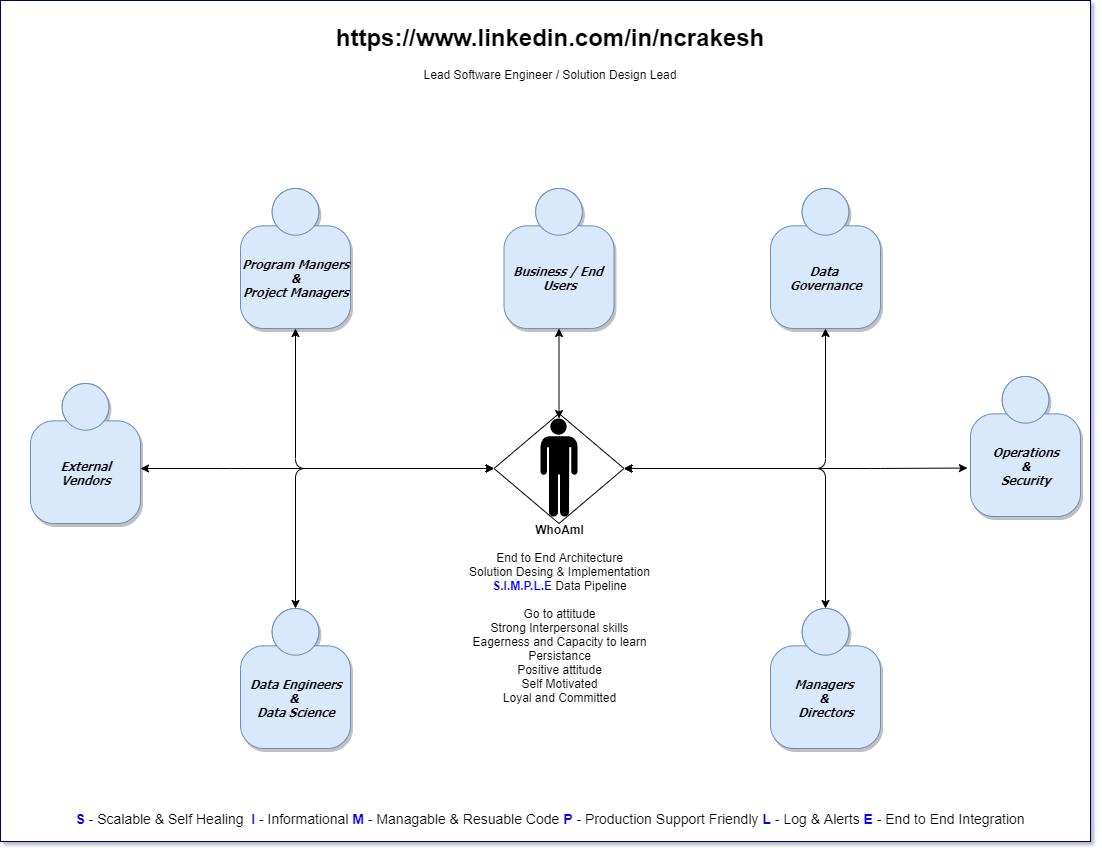
The draw.io diagram WhoAmI_SoftwareProfessional.png in ncrakesh/whoami, before a commit. Source tidied: cells renumbered, new cells last; positions are measured from the earlier drawing's top-left corner, leaving out a move shared by most shapes.
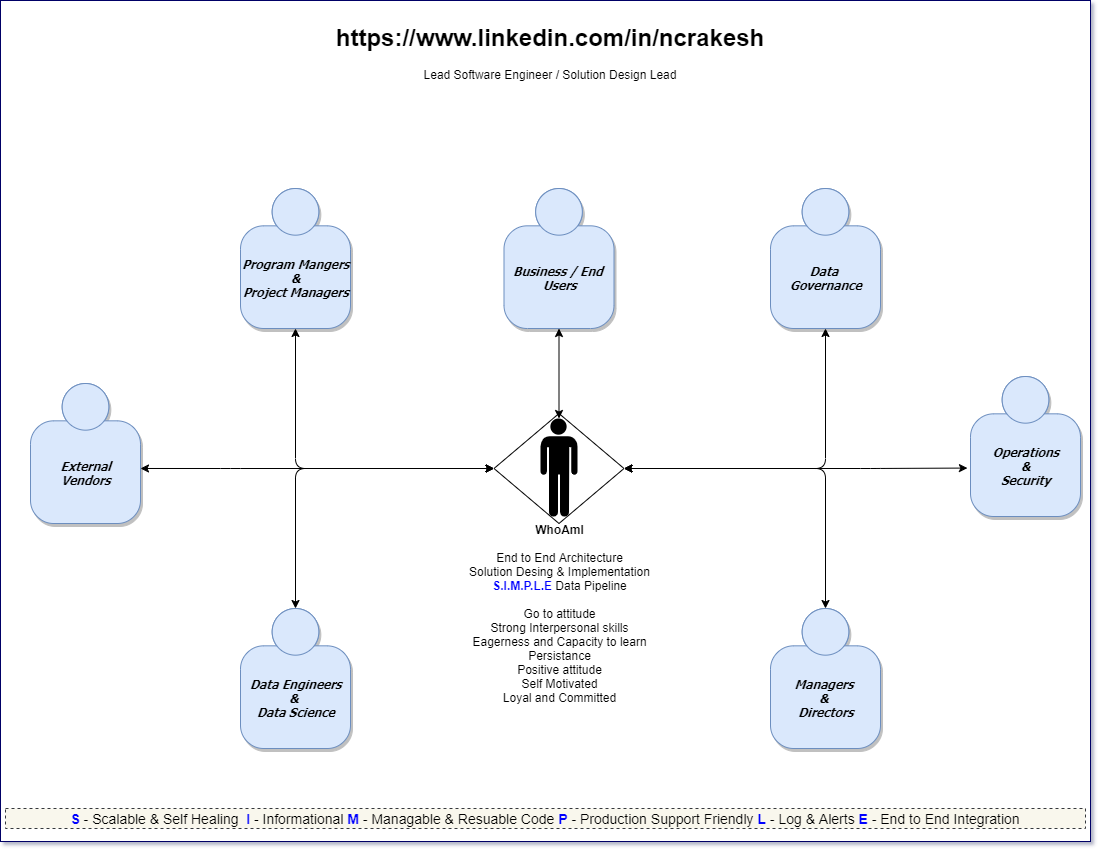
Above is the later version.

What changed in the source:
```diff
@@ -80,8 +80,8 @@
         </Array>
       </mxGeometry>
     </mxCell>
-    <mxCell id="19" value="&lt;div style=&quot;font-size: 14px;&quot;&gt;&lt;b style=&quot;font-size: 14px;&quot;&gt;&lt;font color=&quot;#0000ff&quot; style=&quot;font-size: 14px;&quot;&gt;S&lt;/font&gt;&lt;/b&gt;&lt;span style=&quot;font-size: 14px;&quot;&gt; - Scalable &amp;amp; Self Healing&amp;nbsp;&lt;/span&gt;&lt;b style=&quot;font-size: 14px;&quot;&gt;&amp;nbsp;&lt;font color=&quot;#0000ff&quot; style=&quot;font-size: 14px;&quot;&gt;I&lt;/font&gt;&lt;/b&gt;&lt;font color=&quot;#0000ff&quot; style=&quot;font-size: 14px;&quot;&gt; &lt;/font&gt;&lt;span style=&quot;font-size: 14px;&quot;&gt;- Informational&amp;nbsp;&lt;/span&gt;&lt;b style=&quot;font-size: 14px;&quot;&gt;&lt;font color=&quot;#0000ff&quot; style=&quot;font-size: 14px;&quot;&gt;M&lt;/font&gt;&lt;/b&gt;&lt;span style=&quot;font-size: 14px;&quot;&gt; - Managable &amp;amp; Resuable Code&amp;nbsp;&lt;/span&gt;&lt;b style=&quot;font-size: 14px;&quot;&gt;&lt;font color=&quot;#0000ff&quot; style=&quot;font-size: 14px;&quot;&gt;P&lt;/font&gt;&lt;/b&gt;&lt;span style=&quot;font-size: 14px;&quot;&gt; - Production Support Friendly&amp;nbsp;&lt;/span&gt;&lt;b style=&quot;font-size: 14px;&quot;&gt;&lt;font color=&quot;#0000ff&quot; style=&quot;font-size: 14px;&quot;&gt;L&lt;/font&gt;&lt;/b&gt;&lt;span style=&quot;font-size: 14px;&quot;&gt; - Log &amp;amp; Alerts&amp;nbsp;&lt;/span&gt;&lt;b style=&quot;font-size: 14px;&quot;&gt;&lt;font color=&quot;#0000ff&quot; style=&quot;font-size: 14px;&quot;&gt;E&lt;/font&gt;&lt;/b&gt;&lt;span style=&quot;font-size: 14px;&quot;&gt; - End to End Integration&lt;/span&gt;&lt;/div&gt;" style="text;html=1;strokeColor=none;fillColor=none;align=center;verticalAlign=middle;whiteSpace=wrap;rounded=0;shadow=0;fontSize=14;" parent="1" vertex="1">
-      <mxGeometry x="10" y="808" width="1080" height="20" as="geometry" />
+    <mxCell id="19" value="&lt;div style=&quot;font-size: 14px;&quot;&gt;&lt;b style=&quot;font-size: 14px;&quot;&gt;&lt;font color=&quot;#0000ff&quot; style=&quot;font-size: 14px;&quot;&gt;S&lt;/font&gt;&lt;/b&gt;&lt;span style=&quot;font-size: 14px;&quot;&gt; - Scalable &amp;amp; Self Healing&amp;nbsp;&lt;/span&gt;&lt;b style=&quot;font-size: 14px;&quot;&gt;&amp;nbsp;&lt;font color=&quot;#0000ff&quot; style=&quot;font-size: 14px;&quot;&gt;I&lt;/font&gt;&lt;/b&gt;&lt;font color=&quot;#0000ff&quot; style=&quot;font-size: 14px;&quot;&gt; &lt;/font&gt;&lt;span style=&quot;font-size: 14px;&quot;&gt;- Informational&amp;nbsp;&lt;/span&gt;&lt;b style=&quot;font-size: 14px;&quot;&gt;&lt;font color=&quot;#0000ff&quot; style=&quot;font-size: 14px;&quot;&gt;M&lt;/font&gt;&lt;/b&gt;&lt;span style=&quot;font-size: 14px;&quot;&gt; - Managable &amp;amp; Resuable Code&amp;nbsp;&lt;/span&gt;&lt;b style=&quot;font-size: 14px;&quot;&gt;&lt;font color=&quot;#0000ff&quot; style=&quot;font-size: 14px;&quot;&gt;P&lt;/font&gt;&lt;/b&gt;&lt;span style=&quot;font-size: 14px;&quot;&gt; - Production Support Friendly&amp;nbsp;&lt;/span&gt;&lt;b style=&quot;font-size: 14px;&quot;&gt;&lt;font color=&quot;#0000ff&quot; style=&quot;font-size: 14px;&quot;&gt;L&lt;/font&gt;&lt;/b&gt;&lt;span style=&quot;font-size: 14px;&quot;&gt; - Log &amp;amp; Alerts&amp;nbsp;&lt;/span&gt;&lt;b style=&quot;font-size: 14px;&quot;&gt;&lt;font color=&quot;#0000ff&quot; style=&quot;font-size: 14px;&quot;&gt;E&lt;/font&gt;&lt;/b&gt;&lt;span style=&quot;font-size: 14px;&quot;&gt; - End to End Integration&lt;/span&gt;&lt;/div&gt;" style="text;html=1;strokeColor=#36393d;fillColor=#f9f7ed;align=center;verticalAlign=middle;whiteSpace=wrap;rounded=0;shadow=0;fontSize=14;dashed=1;" parent="1" vertex="1">
+      <mxGeometry x="5" y="808" width="1080" height="20" as="geometry" />
     </mxCell>
     <mxCell id="20" value="&lt;h1&gt;&lt;a href=&quot;https://www.linkedin.com/in/ncrakesh&quot;&gt;https://www.linkedin.com/in/ncrakesh&lt;/a&gt;&lt;/h1&gt;&lt;div&gt;Lead Software Engineer / Solution Design Lead&lt;/div&gt;" style="text;html=1;strokeColor=none;fillColor=none;spacing=5;spacingTop=-20;whiteSpace=wrap;overflow=hidden;rounded=0;shadow=0;align=center;" parent="1" vertex="1">
       <mxGeometry x="20" y="18" width="1060" height="110" as="geometry" />
```
